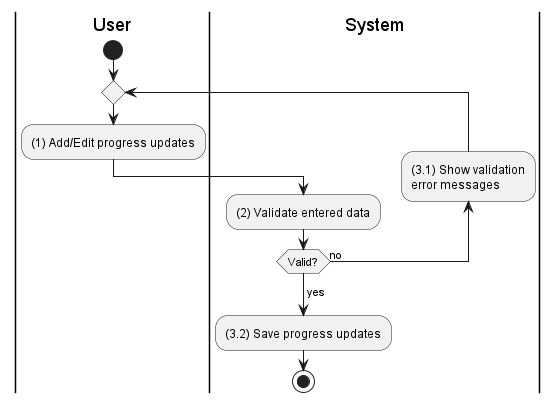
Earlier version of the PlantUML export activities/purchase-order-update-progress.png (phihungha/scmss-reqs).
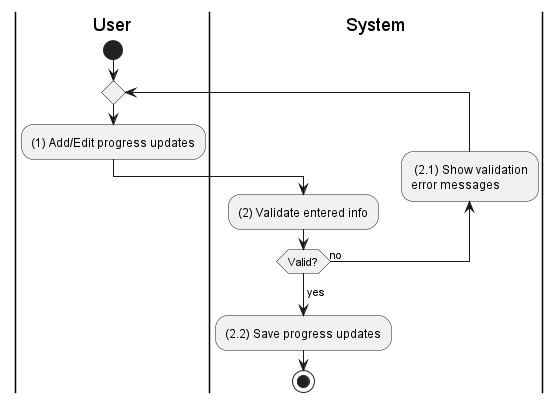
Later version of the same file.

What changed in the source:
```diff
@@ -7,11 +7,10 @@
 repeat
     :(1) Add/Edit progress updates;
     |s|
-    :(2) Validate entered data;
-    backward:(3.1) Show validation
-    error messages;
+    :(2) Validate entered info;
+    backward: (2.1) Show validation\nerror messages;
 repeat while (Valid?) is (no)
 ->yes;
-:(3.2) Save progress updates;
+:(2.2) Save progress updates;
 stop
 @enduml
```
